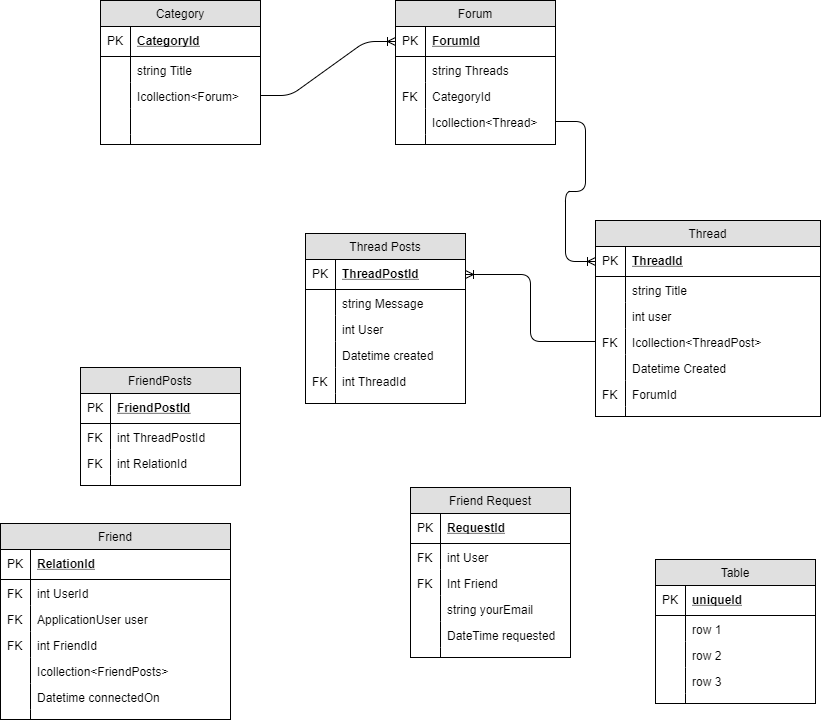
The draw.io diagram ChatItUp.png in therealrmac/csharp-capstone, before a commit. Source tidied: cells renumbered, new cells last; positions are measured from the earlier drawing's top-left corner, leaving out a move shared by most shapes.
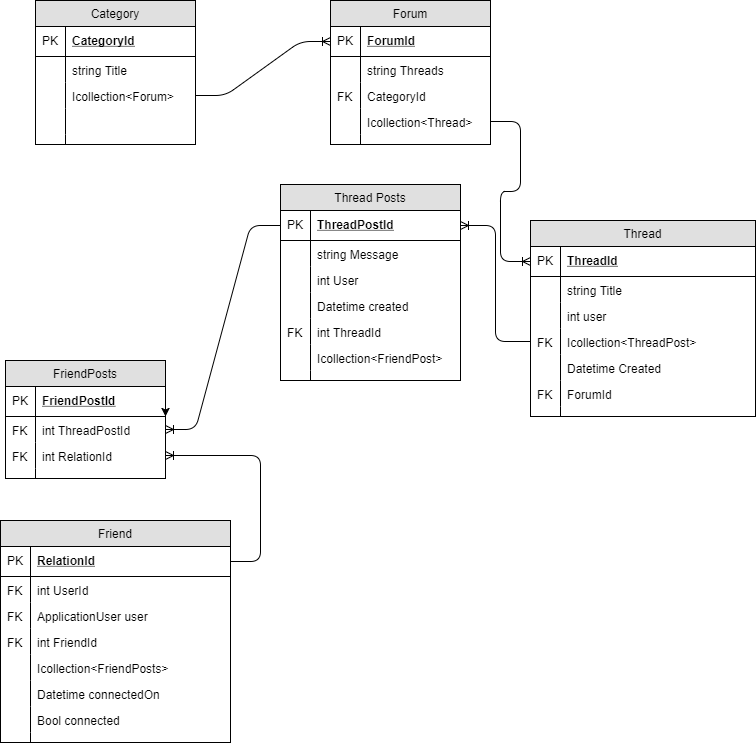
The same file after the commit.

What changed in the source:
```diff
@@ -3,40 +3,46 @@
     <mxCell id="0" />
     <mxCell id="1" parent="0" />
     <mxCell id="2" value="Thread Posts" style="swimlane;fontStyle=0;horizontal=1;startSize=26;fillColor=#e0e0e0;swimlaneFillColor=#ffffff;align=center;" parent="1" vertex="1">
-      <mxGeometry x="305" y="233" width="160" height="170" as="geometry" />
+      <mxGeometry x="345" y="184" width="180" height="196" as="geometry" />
     </mxCell>
     <mxCell id="3" value="ThreadPostId" style="shape=partialRectangle;top=0;left=0;right=0;bottom=1;align=left;verticalAlign=middle;fillColor=none;spacingLeft=34;spacingRight=4;overflow=hidden;points=[[0,0.5],[1,0.5]];portConstraint=eastwest;fontStyle=5;" parent="2" vertex="1">
-      <mxGeometry y="26" width="160" height="30" as="geometry" />
+      <mxGeometry y="26" width="180" height="30" as="geometry" />
     </mxCell>
     <mxCell id="4" value="PK" style="shape=partialRectangle;top=0;left=0;bottom=0;fillColor=none;align=left;verticalAlign=middle;spacingLeft=4;spacingRight=4;overflow=hidden;" parent="3" vertex="1">
       <mxGeometry width="30" height="30" as="geometry" />
     </mxCell>
     <mxCell id="5" value="string Message" style="shape=partialRectangle;top=0;left=0;right=0;bottom=0;align=left;verticalAlign=top;fillColor=none;spacingLeft=34;spacingRight=4;overflow=hidden;" parent="2" vertex="1">
-      <mxGeometry y="56" width="160" height="26" as="geometry" />
+      <mxGeometry y="56" width="180" height="26" as="geometry" />
     </mxCell>
     <mxCell id="6" style="shape=partialRectangle;top=0;left=0;bottom=0;fillColor=none;align=left;verticalAlign=top;spacingLeft=4;spacingRight=4;overflow=hidden;" parent="5" vertex="1">
       <mxGeometry width="30" height="26" as="geometry" />
     </mxCell>
     <mxCell id="7" value="int User" style="shape=partialRectangle;top=0;left=0;right=0;bottom=0;align=left;verticalAlign=top;fillColor=none;spacingLeft=34;spacingRight=4;overflow=hidden;" parent="2" vertex="1">
-      <mxGeometry y="82" width="160" height="26" as="geometry" />
+      <mxGeometry y="82" width="180" height="26" as="geometry" />
     </mxCell>
     <mxCell id="8" style="shape=partialRectangle;top=0;left=0;bottom=0;fillColor=none;align=left;verticalAlign=top;spacingLeft=4;spacingRight=4;overflow=hidden;" parent="7" vertex="1">
       <mxGeometry width="30" height="26" as="geometry" />
     </mxCell>
     <mxCell id="9" value="Datetime created" style="shape=partialRectangle;top=0;left=0;right=0;bottom=0;align=left;verticalAlign=top;fillColor=none;spacingLeft=34;spacingRight=4;overflow=hidden;" parent="2" vertex="1">
-      <mxGeometry y="108" width="160" height="26" as="geometry" />
+      <mxGeometry y="108" width="180" height="26" as="geometry" />
     </mxCell>
     <mxCell id="10" style="shape=partialRectangle;top=0;left=0;bottom=0;fillColor=none;align=left;verticalAlign=top;spacingLeft=4;spacingRight=4;overflow=hidden;" parent="9" vertex="1">
       <mxGeometry width="30" height="26" as="geometry" />
     </mxCell>
     <mxCell id="11" value="int ThreadId" style="shape=partialRectangle;top=0;left=0;right=0;bottom=0;align=left;verticalAlign=top;fillColor=none;spacingLeft=34;spacingRight=4;overflow=hidden;" parent="2" vertex="1">
-      <mxGeometry y="134" width="160" height="26" as="geometry" />
+      <mxGeometry y="134" width="180" height="26" as="geometry" />
     </mxCell>
     <mxCell id="12" value="FK" style="shape=partialRectangle;top=0;left=0;bottom=0;fillColor=none;align=left;verticalAlign=top;spacingLeft=4;spacingRight=4;overflow=hidden;" parent="11" vertex="1">
       <mxGeometry width="30" height="26" as="geometry" />
     </mxCell>
+    <mxCell id="103" value="Icollection&lt;FriendPost&gt;" style="shape=partialRectangle;top=0;left=0;right=0;bottom=0;align=left;verticalAlign=top;fillColor=none;spacingLeft=34;spacingRight=4;overflow=hidden;" parent="2" vertex="1">
+      <mxGeometry y="160" width="180" height="26" as="geometry" />
+    </mxCell>
+    <mxCell id="104" style="shape=partialRectangle;top=0;left=0;bottom=0;fillColor=none;align=left;verticalAlign=top;spacingLeft=4;spacingRight=4;overflow=hidden;" parent="103" vertex="1">
+      <mxGeometry width="30" height="26" as="geometry" />
+    </mxCell>
     <mxCell id="13" style="shape=partialRectangle;top=0;left=0;right=0;bottom=0;align=left;verticalAlign=top;fillColor=none;spacingLeft=34;spacingRight=4;overflow=hidden;" parent="2" vertex="1">
-      <mxGeometry y="160" width="160" height="10" as="geometry" />
+      <mxGeometry y="186" width="180" height="10" as="geometry" />
     </mxCell>
     <mxCell id="14" style="shape=partialRectangle;top=0;left=0;bottom=0;fillColor=none;align=left;verticalAlign=top;spacingLeft=4;spacingRight=4;overflow=hidden;" parent="13" vertex="1">
       <mxGeometry width="30" height="10" as="geometry" />
@@ -153,7 +159,7 @@
       <mxGeometry width="30" height="10" as="geometry" />
     </mxCell>
     <mxCell id="52" value="Friend" style="swimlane;fontStyle=0;horizontal=1;startSize=26;fillColor=#e0e0e0;swimlaneFillColor=#ffffff;align=center;" parent="1" vertex="1">
-      <mxGeometry y="523" width="230" height="196" as="geometry" />
+      <mxGeometry x="65" y="520" width="230" height="222" as="geometry" />
     </mxCell>
     <mxCell id="53" value="RelationId" style="shape=partialRectangle;top=0;left=0;right=0;bottom=1;align=left;verticalAlign=middle;fillColor=none;spacingLeft=34;spacingRight=4;overflow=hidden;points=[[0,0.5],[1,0.5]];portConstraint=eastwest;fontStyle=5;" parent="52" vertex="1">
       <mxGeometry y="26" width="230" height="30" as="geometry" />
@@ -191,15 +197,24 @@
     <mxCell id="64" style="shape=partialRectangle;top=0;left=0;bottom=0;fillColor=none;align=left;verticalAlign=top;spacingLeft=4;spacingRight=4;overflow=hidden;" parent="63" vertex="1">
       <mxGeometry width="30" height="26" as="geometry" />
     </mxCell>
+    <mxCell id="105" value="Bool connected" style="shape=partialRectangle;top=0;left=0;right=0;bottom=0;align=left;verticalAlign=top;fillColor=none;spacingLeft=34;spacingRight=4;overflow=hidden;" parent="52" vertex="1">
+      <mxGeometry y="186" width="230" height="26" as="geometry" />
+    </mxCell>
+    <mxCell id="106" style="shape=partialRectangle;top=0;left=0;bottom=0;fillColor=none;align=left;verticalAlign=top;spacingLeft=4;spacingRight=4;overflow=hidden;" parent="105" vertex="1">
+      <mxGeometry width="30" height="26" as="geometry" />
+    </mxCell>
     <mxCell id="65" style="shape=partialRectangle;top=0;left=0;right=0;bottom=0;align=left;verticalAlign=top;fillColor=none;spacingLeft=34;spacingRight=4;overflow=hidden;" parent="52" vertex="1">
-      <mxGeometry y="186" width="230" height="10" as="geometry" />
+      <mxGeometry y="212" width="230" height="10" as="geometry" />
     </mxCell>
     <mxCell id="66" style="shape=partialRectangle;top=0;left=0;bottom=0;fillColor=none;align=left;verticalAlign=top;spacingLeft=4;spacingRight=4;overflow=hidden;" parent="65" vertex="1">
       <mxGeometry width="30" height="10" as="geometry" />
     </mxCell>
     <mxCell id="67" value="FriendPosts" style="swimlane;fontStyle=0;horizontal=1;startSize=26;fillColor=#e0e0e0;swimlaneFillColor=#ffffff;align=center;" parent="1" vertex="1">
-      <mxGeometry x="80" y="367" width="160" height="118" as="geometry" />
+      <mxGeometry x="70" y="360" width="160" height="118" as="geometry" />
     </mxCell>
+    <mxCell id="107" style="edgeStyle=elbowEdgeStyle;rounded=0;html=1;exitX=1;exitY=0.5;jettySize=auto;" parent="67" edge="1" source="68" target="70">
+      <mxGeometry relative="1" as="geometry" />
+    </mxCell>
     <mxCell id="68" value="FriendPostId" style="shape=partialRectangle;top=0;left=0;right=0;bottom=1;align=left;verticalAlign=middle;fillColor=none;spacingLeft=34;spacingRight=4;overflow=hidden;points=[[0,0.5],[1,0.5]];portConstraint=eastwest;fontStyle=5;" parent="67" vertex="1">
       <mxGeometry y="26" width="160" height="30" as="geometry" />
     </mxCell>
@@ -233,77 +248,11 @@
     <mxCell id="78" style="edgeStyle=elbowEdgeStyle;html=1;endArrow=ERoneToMany;exitX=0;exitY=0.5;entryX=1;entryY=0.5;" parent="1" edge="1" source="33" target="3">
       <mxGeometry relative="1" as="geometry" />
     </mxCell>
-    <mxCell id="79" value="Friend Request" style="swimlane;fontStyle=0;horizontal=1;startSize=26;fillColor=#e0e0e0;swimlaneFillColor=#ffffff;align=center;" parent="1" vertex="1">
-      <mxGeometry x="410" y="487" width="160" height="170" as="geometry" />
-    </mxCell>
-    <mxCell id="80" value="RequestId" style="shape=partialRectangle;top=0;left=0;right=0;bottom=1;align=left;verticalAlign=middle;fillColor=none;spacingLeft=34;spacingRight=4;overflow=hidden;fontStyle=5;" parent="79" vertex="1">
-      <mxGeometry y="26" width="160" height="30" as="geometry" />
-    </mxCell>
-    <mxCell id="81" value="PK" style="shape=partialRectangle;top=0;left=0;bottom=0;fillColor=none;align=left;verticalAlign=middle;spacingLeft=4;spacingRight=4;overflow=hidden;" parent="80" vertex="1">
-      <mxGeometry width="30" height="30" as="geometry" />
-    </mxCell>
-    <mxCell id="82" value="int User" style="shape=partialRectangle;top=0;left=0;right=0;bottom=0;align=left;verticalAlign=top;fillColor=none;spacingLeft=34;spacingRight=4;overflow=hidden;" parent="79" vertex="1">
-      <mxGeometry y="56" width="160" height="26" as="geometry" />
-    </mxCell>
-    <mxCell id="83" value="FK" style="shape=partialRectangle;top=0;left=0;bottom=0;fillColor=none;align=left;verticalAlign=top;spacingLeft=4;spacingRight=4;overflow=hidden;" parent="82" vertex="1">
-      <mxGeometry width="30" height="26" as="geometry" />
-    </mxCell>
-    <mxCell id="84" value="Int Friend" style="shape=partialRectangle;top=0;left=0;right=0;bottom=0;align=left;verticalAlign=top;fillColor=none;spacingLeft=34;spacingRight=4;overflow=hidden;" parent="79" vertex="1">
-      <mxGeometry y="82" width="160" height="26" as="geometry" />
-    </mxCell>
-    <mxCell id="85" value="FK" style="shape=partialRectangle;top=0;left=0;bottom=0;fillColor=none;align=left;verticalAlign=top;spacingLeft=4;spacingRight=4;overflow=hidden;" parent="84" vertex="1">
-      <mxGeometry width="30" height="26" as="geometry" />
-    </mxCell>
-    <mxCell id="86" value="string yourEmail" style="shape=partialRectangle;top=0;left=0;right=0;bottom=0;align=left;verticalAlign=top;fillColor=none;spacingLeft=34;spacingRight=4;overflow=hidden;" parent="79" vertex="1">
-      <mxGeometry y="108" width="160" height="26" as="geometry" />
-    </mxCell>
-    <mxCell id="87" style="shape=partialRectangle;top=0;left=0;bottom=0;fillColor=none;align=left;verticalAlign=top;spacingLeft=4;spacingRight=4;overflow=hidden;" parent="86" vertex="1">
-      <mxGeometry width="30" height="26" as="geometry" />
-    </mxCell>
-    <mxCell id="88" value="DateTime requested" style="shape=partialRectangle;top=0;left=0;right=0;bottom=0;align=left;verticalAlign=top;fillColor=none;spacingLeft=34;spacingRight=4;overflow=hidden;" parent="79" vertex="1">
-      <mxGeometry y="134" width="160" height="26" as="geometry" />
-    </mxCell>
-    <mxCell id="89" style="shape=partialRectangle;top=0;left=0;bottom=0;fillColor=none;align=left;verticalAlign=top;spacingLeft=4;spacingRight=4;overflow=hidden;" parent="88" vertex="1">
-      <mxGeometry width="30" height="26" as="geometry" />
-    </mxCell>
-    <mxCell id="90" style="shape=partialRectangle;top=0;left=0;right=0;bottom=0;align=left;verticalAlign=top;fillColor=none;spacingLeft=34;spacingRight=4;overflow=hidden;" parent="79" vertex="1">
-      <mxGeometry y="160" width="160" height="10" as="geometry" />
-    </mxCell>
-    <mxCell id="91" style="shape=partialRectangle;top=0;left=0;bottom=0;fillColor=none;align=left;verticalAlign=top;spacingLeft=4;spacingRight=4;overflow=hidden;" parent="90" vertex="1">
-      <mxGeometry width="30" height="10" as="geometry" />
-    </mxCell>
-    <mxCell id="92" value="Table" style="swimlane;fontStyle=0;horizontal=1;startSize=26;fillColor=#e0e0e0;swimlaneFillColor=#ffffff;align=center;" parent="1" vertex="1">
-      <mxGeometry x="655" y="559" width="160" height="144" as="geometry" />
-    </mxCell>
-    <mxCell id="93" value="uniqueId" style="shape=partialRectangle;top=0;left=0;right=0;bottom=1;align=left;verticalAlign=middle;fillColor=none;spacingLeft=34;spacingRight=4;overflow=hidden;fontStyle=5;" parent="92" vertex="1">
-      <mxGeometry y="26" width="160" height="30" as="geometry" />
-    </mxCell>
-    <mxCell id="94" value="PK" style="shape=partialRectangle;top=0;left=0;bottom=0;fillColor=none;align=left;verticalAlign=middle;spacingLeft=4;spacingRight=4;overflow=hidden;" parent="93" vertex="1">
-      <mxGeometry width="30" height="30" as="geometry" />
-    </mxCell>
-    <mxCell id="95" value="row 1" style="shape=partialRectangle;top=0;left=0;right=0;bottom=0;align=left;verticalAlign=top;fillColor=none;spacingLeft=34;spacingRight=4;overflow=hidden;" parent="92" vertex="1">
-      <mxGeometry y="56" width="160" height="26" as="geometry" />
-    </mxCell>
-    <mxCell id="96" style="shape=partialRectangle;top=0;left=0;bottom=0;fillColor=none;align=left;verticalAlign=top;spacingLeft=4;spacingRight=4;overflow=hidden;" parent="95" vertex="1">
-      <mxGeometry width="30" height="26" as="geometry" />
-    </mxCell>
-    <mxCell id="97" value="row 2" style="shape=partialRectangle;top=0;left=0;right=0;bottom=0;align=left;verticalAlign=top;fillColor=none;spacingLeft=34;spacingRight=4;overflow=hidden;" parent="92" vertex="1">
-      <mxGeometry y="82" width="160" height="26" as="geometry" />
-    </mxCell>
-    <mxCell id="98" style="shape=partialRectangle;top=0;left=0;bottom=0;fillColor=none;align=left;verticalAlign=top;spacingLeft=4;spacingRight=4;overflow=hidden;" parent="97" vertex="1">
-      <mxGeometry width="30" height="26" as="geometry" />
-    </mxCell>
-    <mxCell id="99" value="row 3" style="shape=partialRectangle;top=0;left=0;right=0;bottom=0;align=left;verticalAlign=top;fillColor=none;spacingLeft=34;spacingRight=4;overflow=hidden;" parent="92" vertex="1">
-      <mxGeometry y="108" width="160" height="26" as="geometry" />
-    </mxCell>
-    <mxCell id="100" style="shape=partialRectangle;top=0;left=0;bottom=0;fillColor=none;align=left;verticalAlign=top;spacingLeft=4;spacingRight=4;overflow=hidden;" parent="99" vertex="1">
-      <mxGeometry width="30" height="26" as="geometry" />
-    </mxCell>
-    <mxCell id="101" style="shape=partialRectangle;top=0;left=0;right=0;bottom=0;align=left;verticalAlign=top;fillColor=none;spacingLeft=34;spacingRight=4;overflow=hidden;" parent="92" vertex="1">
-      <mxGeometry y="134" width="160" height="10" as="geometry" />
-    </mxCell>
-    <mxCell id="102" style="shape=partialRectangle;top=0;left=0;bottom=0;fillColor=none;align=left;verticalAlign=top;spacingLeft=4;spacingRight=4;overflow=hidden;" parent="101" vertex="1">
-      <mxGeometry width="30" height="10" as="geometry" />
-    </mxCell>
+    <mxCell id="108" style="edgeStyle=entityRelationEdgeStyle;html=1;endArrow=ERoneToMany;" parent="1" edge="1" source="3" target="70">
+      <mxGeometry relative="1" as="geometry" />
+    </mxCell>
+    <mxCell id="109" style="edgeStyle=entityRelationEdgeStyle;html=1;endArrow=ERoneToMany;" parent="1" edge="1" source="53" target="72">
+      <mxGeometry relative="1" as="geometry" />
+    </mxCell>
   </root>
 </mxGraphModel>
```
